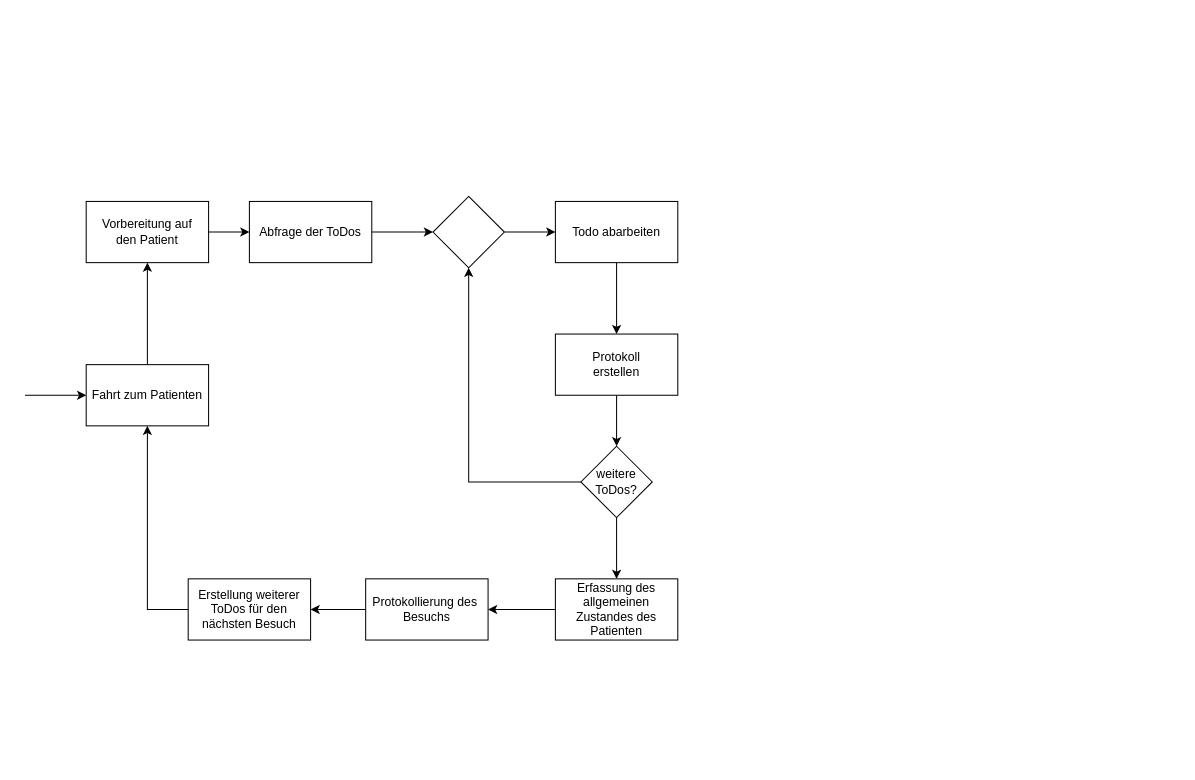
jo2/miau-pflegetagebuch keeps this draw.io diagram as User Journey Map.drawio. Above is the earlier version. Source tidied: cells renumbered, new cells numbered last; positions are measured from the earlier drawing's top-left corner, leaving out a move shared by most shapes. Both pictures are drawn from the tidied source at 102%, with x=0, y=0 at pixel (24, 196).
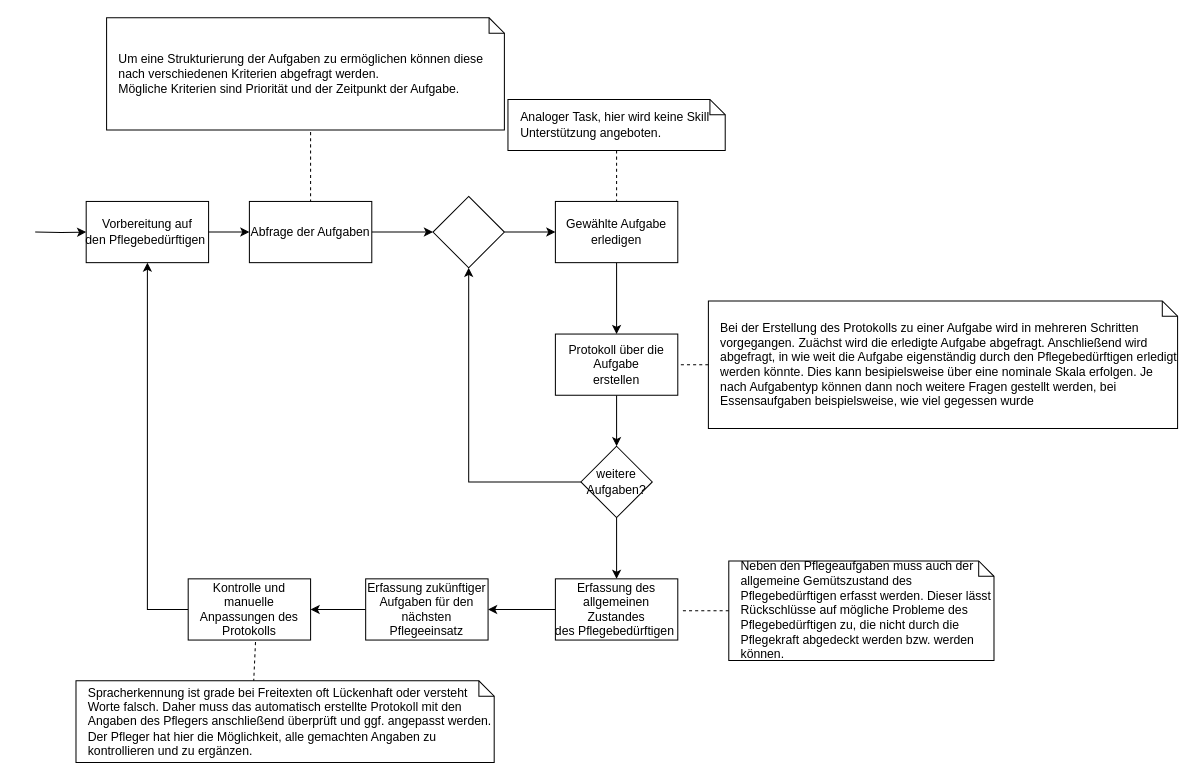
The same diagram, later.

Commit message (it also covers changes not shown here):
Überarbeitete Version der User Story

Change to the diagram source:
```diff
@@
-    <mxCell id="2" value="Vorbereitung auf&lt;br&gt;den Patient" style="rounded=0;whiteSpace=wrap;html=1;" parent="1" vertex="1">
+    <mxCell id="2" value="Vorbereitung auf&lt;br&gt;den&amp;nbsp;&lt;span style=&quot;text-align: left&quot;&gt;Pflegebedürftigen&amp;nbsp;&lt;/span&gt;" style="rounded=0;whiteSpace=wrap;html=1;" parent="1" vertex="1">
       <mxGeometry x="60" y="5" width="120" height="60" as="geometry" />
     </mxCell>
@@
-    <mxCell id="4" value="Abfrage der ToDos" style="rounded=0;whiteSpace=wrap;html=1;" parent="1" vertex="1">
+    <mxCell id="4" value="Abfrage der Aufgaben" style="rounded=0;whiteSpace=wrap;html=1;" parent="1" vertex="1">
       <mxGeometry x="220" y="5" width="120" height="60" as="geometry" />
     </mxCell>
@@
-    <mxCell id="6" value="Todo abarbeiten" style="rounded=0;whiteSpace=wrap;html=1;" parent="1" vertex="1">
+    <mxCell id="6" value="Gewählte Aufgabe&lt;br&gt;erledigen" style="rounded=0;whiteSpace=wrap;html=1;" parent="1" vertex="1">
       <mxGeometry x="520" y="5" width="120" height="60" as="geometry" />
     </mxCell>
@@
-    <mxCell id="11" value="Protokoll&lt;br&gt;erstellen" style="rounded=0;whiteSpace=wrap;html=1;" parent="1" vertex="1">
+    <mxCell id="11" value="Protokoll über die Aufgabe&lt;br&gt;erstellen" style="rounded=0;whiteSpace=wrap;html=1;" parent="1" vertex="1">
       <mxGeometry x="520" y="135" width="120" height="60" as="geometry" />
     </mxCell>
@@
-    <mxCell id="14" value="weitere ToDos?" style="rhombus;whiteSpace=wrap;html=1;" parent="1" vertex="1">
+    <mxCell id="14" value="weitere Aufgaben?" style="rhombus;whiteSpace=wrap;html=1;" parent="1" vertex="1">
       <mxGeometry x="545" y="245" width="70" height="70" as="geometry" />
     </mxCell>
@@
-    <mxCell id="16" value="Erfassung des allgemeinen Zustandes des Patienten" style="rounded=0;whiteSpace=wrap;html=1;" parent="1" vertex="1">
+    <mxCell id="16" value="Erfassung des allgemeinen Zustandes des&amp;nbsp;&lt;span style=&quot;text-align: left&quot;&gt;Pflegebedürftigen&amp;nbsp;&lt;/span&gt;" style="rounded=0;whiteSpace=wrap;html=1;" parent="1" vertex="1">
       <mxGeometry x="520" y="375" width="120" height="60" as="geometry" />
     </mxCell>
@@
-    <mxCell id="18" value="Protokollierung des&amp;nbsp;&lt;br&gt;Besuchs" style="rounded=0;whiteSpace=wrap;html=1;" parent="1" vertex="1">
+    <mxCell id="18" value="Erfassung zukünftiger&lt;br&gt;Aufgaben für den nächsten Pflegeeinsatz" style="rounded=0;whiteSpace=wrap;html=1;" parent="1" vertex="1">
       <mxGeometry x="334" y="375" width="120" height="60" as="geometry" />
     </mxCell>
-    <mxCell id="19" style="edgeStyle=orthogonalEdgeStyle;rounded=0;jettySize=auto;html=1;exitX=0;exitY=0.5;exitDx=0;exitDy=0;" parent="1" edge="1" source="20" target="22">
+    <mxCell id="19" style="edgeStyle=orthogonalEdgeStyle;rounded=0;jettySize=auto;html=1;exitX=0;exitY=0.5;exitDx=0;exitDy=0;entryX=0.5;entryY=1;entryDx=0;entryDy=0;" parent="1" edge="1" source="20" target="2">
       <mxGeometry relative="1" as="geometry" />
     </mxCell>
-    <mxCell id="20" value="Erstellung weiterer&lt;br&gt;ToDos für den nächsten Besuch" style="rounded=0;whiteSpace=wrap;html=1;" parent="1" vertex="1">
+    <mxCell id="20" value="&lt;span&gt;Kontrolle und manuelle Anpassungen des Protokolls&lt;/span&gt;" style="rounded=0;whiteSpace=wrap;html=1;" parent="1" vertex="1">
       <mxGeometry x="160" y="375" width="120" height="60" as="geometry" />
     </mxCell>
-    <mxCell id="21" style="edgeStyle=orthogonalEdgeStyle;rounded=0;jettySize=auto;html=1;entryX=0.5;entryY=1;entryDx=0;entryDy=0;" parent="1" edge="1" source="22" target="2">
-      <mxGeometry relative="1" as="geometry" />
+    <mxCell id="21" style="edgeStyle=orthogonalEdgeStyle;rounded=0;jettySize=auto;html=1;entryX=0;entryY=0.5;entryDx=0;entryDy=0;" parent="1" edge="1" target="2">
+      <mxGeometry relative="1" as="geometry">
+        <mxPoint x="10" y="35" as="sourcePoint" />
+      </mxGeometry>
     </mxCell>
-    <mxCell id="22" value="Fahrt zum Patienten" style="rounded=0;whiteSpace=wrap;html=1;" parent="1" vertex="1">
-      <mxGeometry x="60" y="165" width="120" height="60" as="geometry" />
-    </mxCell>
-    <mxCell id="23" style="endArrow=classic;html=1;entryX=0;entryY=0.5;entryDx=0;entryDy=0;" parent="1" edge="1" target="22">
-      <mxGeometry relative="1" as="geometry">
-        <mxPoint y="195" as="sourcePoint" />
-      </mxGeometry>
-    </mxCell>
+    <mxCell id="24" value="Um eine Strukturierung der Aufgaben zu ermöglichen können diese nach verschiedenen Kriterien abgefragt werden.&lt;br&gt;Mögliche Kriterien sind Priorität und der Zeitpunkt der Aufgabe." style="shape=note;size=15;align=left;spacingLeft=10;html=1;whiteSpace=wrap;" parent="1" vertex="1">
+      <mxGeometry x="80" y="-175" width="390" height="110" as="geometry" />
+    </mxCell>
+    <mxCell id="25" style="edgeStyle=none;endArrow=none;dashed=1;html=1;entryX=0.5;entryY=0;entryDx=0;entryDy=0;" parent="1" edge="1" target="4">
+      <mxGeometry x="1" relative="1" as="geometry">
+        <mxPoint x="280" y="-63" as="sourcePoint" />
+      </mxGeometry>
+    </mxCell>
+    <mxCell id="26" value="Analoger Task, hier wird keine Skill Unterstützung angeboten." style="shape=note;size=15;align=left;spacingLeft=10;html=1;whiteSpace=wrap;" parent="1" vertex="1">
+      <mxGeometry x="473.5" y="-95" width="213" height="50" as="geometry" />
+    </mxCell>
+    <mxCell id="27" style="edgeStyle=none;endArrow=none;dashed=1;html=1;exitX=0.5;exitY=1;exitDx=0;exitDy=0;exitPerimeter=0;entryX=0.5;entryY=0;entryDx=0;entryDy=0;" parent="1" edge="1" source="26" target="6">
+      <mxGeometry x="1" relative="1" as="geometry" />
+    </mxCell>
+    <mxCell id="28" value="Bei der Erstellung des Protokolls zu einer Aufgabe wird in mehreren Schritten vorgegangen. Zuächst wird die erledigte Aufgabe abgefragt. Anschließend wird abgefragt, in wie weit die Aufgabe eigenständig durch den Pflegebedürftigen erledigt werden könnte. Dies kann besipielsweise über eine nominale Skala erfolgen. Je nach Aufgabentyp können dann noch weitere Fragen gestellt werden, bei Essensaufgaben beispielsweise, wie viel gegessen wurde" style="shape=note;size=15;align=left;spacingLeft=10;html=1;whiteSpace=wrap;" parent="1" vertex="1">
+      <mxGeometry x="670" y="102.5" width="460" height="125" as="geometry" />
+    </mxCell>
+    <mxCell id="29" style="edgeStyle=none;endArrow=none;dashed=1;html=1;exitX=0;exitY=0.5;exitDx=0;exitDy=0;exitPerimeter=0;entryX=1;entryY=0.5;entryDx=0;entryDy=0;" parent="1" edge="1" source="28" target="11">
+      <mxGeometry x="1" relative="1" as="geometry" />
+    </mxCell>
+    <mxCell id="30" value="Spracherkennung ist grade bei Freitexten oft Lückenhaft oder versteht Worte falsch. Daher muss das automatisch erstellte Protokoll mit den Angaben des Pflegers anschließend überprüft und ggf. angepasst werden. Der Pfleger hat hier die Möglichkeit, alle gemachten Angaben zu kontrollieren und zu ergänzen." style="shape=note;size=15;align=left;spacingLeft=10;html=1;whiteSpace=wrap;" parent="1" vertex="1">
+      <mxGeometry x="50" y="475" width="410" height="80" as="geometry" />
+    </mxCell>
+    <mxCell id="31" style="edgeStyle=none;endArrow=none;dashed=1;html=1;entryX=0.425;entryY=-0.002;entryDx=0;entryDy=0;entryPerimeter=0;" parent="1" edge="1" target="30">
+      <mxGeometry x="1" relative="1" as="geometry">
+        <mxPoint x="226" y="437" as="sourcePoint" />
+      </mxGeometry>
+    </mxCell>
+    <mxCell id="32" value="Neben den Pflegeaufgaben muss auch der allgemeine Gemütszustand des Pflegebedürftigen erfasst werden. Dieser lässt Rückschlüsse auf mögliche Probleme des Pflegebedürftigen&amp;nbsp;zu, die nicht durch die Pflegekraft abgedeckt werden bzw. werden können." style="shape=note;size=15;align=left;spacingLeft=10;html=1;whiteSpace=wrap;" parent="1" vertex="1">
+      <mxGeometry x="690" y="357.5" width="260" height="97.5" as="geometry" />
+    </mxCell>
+    <mxCell id="33" style="edgeStyle=none;endArrow=none;dashed=1;html=1;exitX=0;exitY=0.5;exitDx=0;exitDy=0;exitPerimeter=0;entryX=1.022;entryY=0.522;entryDx=0;entryDy=0;entryPerimeter=0;" parent="1" edge="1" source="32" target="16">
+      <mxGeometry x="1" relative="1" as="geometry" />
+    </mxCell>
```
